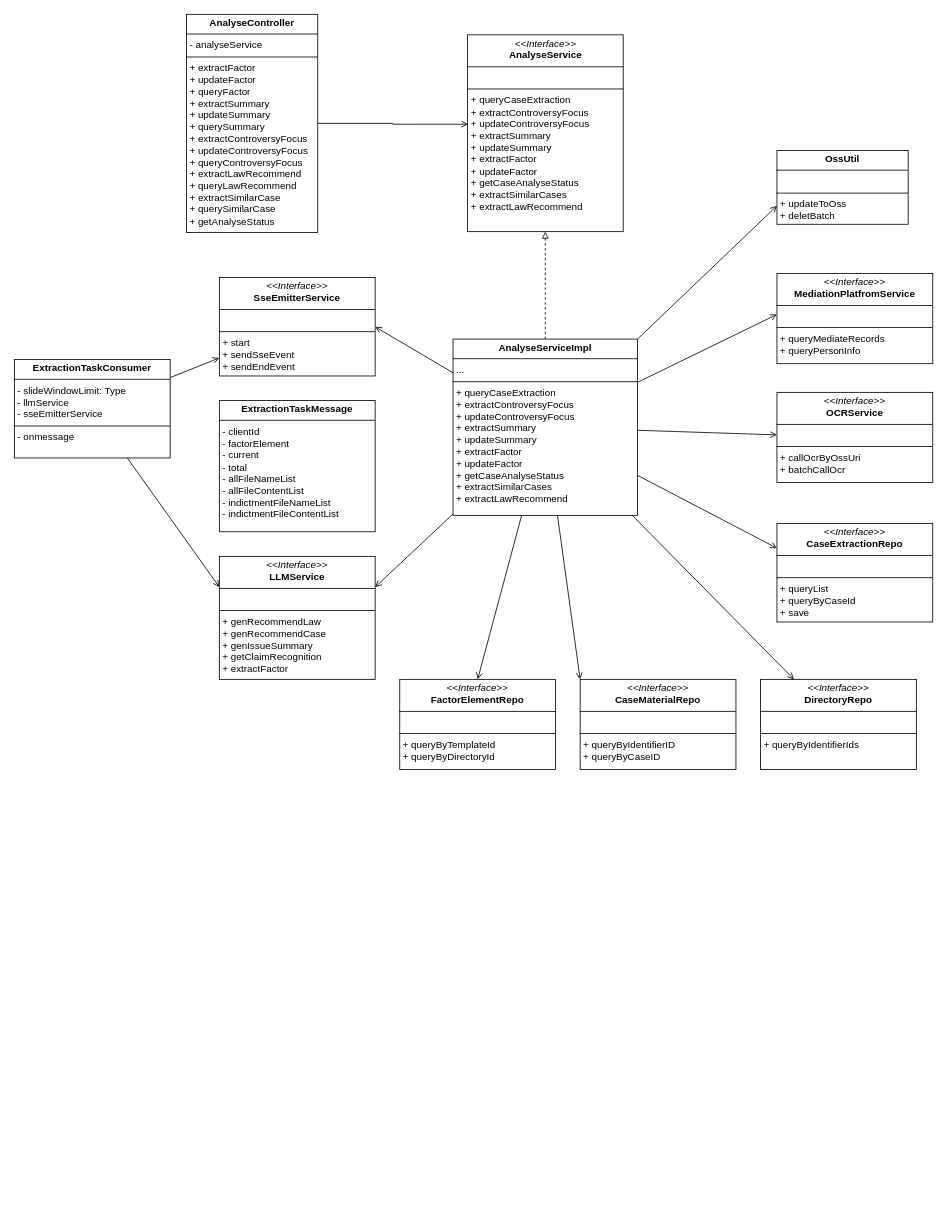
Earlier version of the draw.io diagram 案件分析模块类图.drawio (Lainy0605/graduate). Source tidied: cells renumbered, new cells numbered last; positions are measured from the earlier drawing's top-left corner, leaving out a move shared by most shapes. Both pictures are drawn from the tidied source at 82%, with x=0, y=0 at pixel (14, 14).
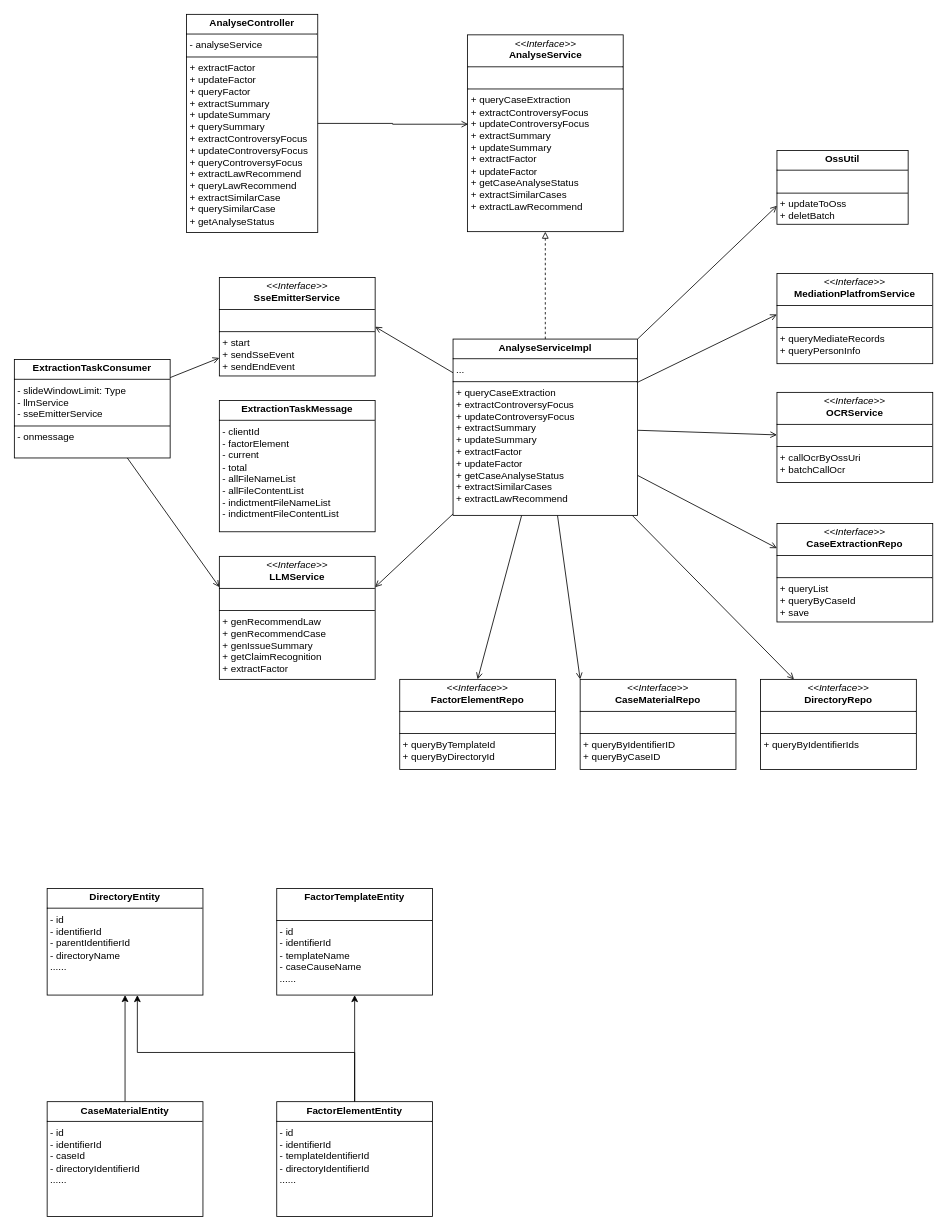
After the change.

Commit message:
更新案件分析模块类图.drawio

Change to the diagram source:
```diff
@@
+    <mxCell id="29" value="&lt;p style=&quot;margin:0px;margin-top:4px;text-align:center;&quot;&gt;&lt;b&gt;DirectoryEntity&lt;/b&gt;&lt;/p&gt;&lt;hr size=&quot;1&quot; style=&quot;border-style:solid;&quot;&gt;&lt;p style=&quot;margin:0px;margin-left:4px;&quot;&gt;- id&lt;/p&gt;&lt;p style=&quot;margin:0px;margin-left:4px;&quot;&gt;- identifierId&lt;/p&gt;&lt;p style=&quot;margin:0px;margin-left:4px;&quot;&gt;- parentIdentifierId&lt;/p&gt;&lt;p style=&quot;margin:0px;margin-left:4px;&quot;&gt;- directoryName&lt;/p&gt;&lt;p style=&quot;margin:0px;margin-left:4px;&quot;&gt;......&lt;/p&gt;&lt;p style=&quot;margin:0px;margin-left:4px;&quot;&gt;&lt;br&gt;&lt;/p&gt;" style="verticalAlign=top;align=left;overflow=fill;html=1;whiteSpace=wrap;" parent="1" vertex="1">
+      <mxGeometry x="40" y="1066" width="190" height="130" as="geometry" />
+    </mxCell>
+    <mxCell id="30" style="edgeStyle=orthogonalEdgeStyle;rounded=0;jettySize=auto;html=1;" parent="1" edge="1" source="31" target="32">
+      <mxGeometry relative="1" as="geometry" />
+    </mxCell>
+    <mxCell id="31" value="&lt;p style=&quot;margin:0px;margin-top:4px;text-align:center;&quot;&gt;&lt;b&gt;FactorElementEntity&lt;/b&gt;&lt;/p&gt;&lt;hr size=&quot;1&quot; style=&quot;border-style:solid;&quot;&gt;&lt;p style=&quot;margin:0px;margin-left:4px;&quot;&gt;- id&lt;/p&gt;&lt;p style=&quot;margin:0px;margin-left:4px;&quot;&gt;- identifierId&lt;/p&gt;&lt;p style=&quot;margin:0px;margin-left:4px;&quot;&gt;- templateIdentifierId&lt;/p&gt;&lt;p style=&quot;margin:0px;margin-left:4px;&quot;&gt;- directoryIdentifierId&lt;/p&gt;&lt;p style=&quot;margin:0px;margin-left:4px;&quot;&gt;......&lt;/p&gt;" style="verticalAlign=top;align=left;overflow=fill;html=1;whiteSpace=wrap;" parent="1" vertex="1">
+      <mxGeometry x="320" y="1326" width="190" height="140" as="geometry" />
+    </mxCell>
+    <mxCell id="32" value="&lt;p style=&quot;margin:0px;margin-top:4px;text-align:center;&quot;&gt;&lt;b&gt;FactorTemplateEntity&lt;/b&gt;&lt;/p&gt;&lt;br&gt;&lt;hr size=&quot;1&quot; style=&quot;border-style:solid;&quot;&gt;&lt;p style=&quot;margin:0px;margin-left:4px;&quot;&gt;- id&amp;nbsp;&lt;/p&gt;&lt;p style=&quot;margin: 0px 0px 0px 4px;&quot;&gt;- identifierId&lt;/p&gt;&lt;p style=&quot;margin:0px;margin-left:4px;&quot;&gt;- templateName&lt;/p&gt;&lt;p style=&quot;margin:0px;margin-left:4px;&quot;&gt;- caseCauseName&lt;br&gt;......&lt;/p&gt;" style="verticalAlign=top;align=left;overflow=fill;html=1;whiteSpace=wrap;" parent="1" vertex="1">
+      <mxGeometry x="320" y="1066" width="190" height="130" as="geometry" />
+    </mxCell>
+    <mxCell id="33" style="edgeStyle=orthogonalEdgeStyle;rounded=0;jettySize=auto;html=1;entryX=0.5;entryY=1;entryDx=0;entryDy=0;" parent="1" edge="1" source="34" target="29">
+      <mxGeometry relative="1" as="geometry" />
+    </mxCell>
+    <mxCell id="34" value="&lt;p style=&quot;margin:0px;margin-top:4px;text-align:center;&quot;&gt;&lt;b&gt;CaseMaterialEntity&lt;/b&gt;&lt;/p&gt;&lt;hr size=&quot;1&quot; style=&quot;border-style:solid;&quot;&gt;&lt;p style=&quot;margin:0px;margin-left:4px;&quot;&gt;- id&lt;/p&gt;&lt;p style=&quot;margin:0px;margin-left:4px;&quot;&gt;- identifierId&lt;/p&gt;&lt;p style=&quot;margin:0px;margin-left:4px;&quot;&gt;- caseId&lt;/p&gt;&lt;p style=&quot;margin:0px;margin-left:4px;&quot;&gt;- directoryIdentifierId&lt;/p&gt;&lt;p style=&quot;margin:0px;margin-left:4px;&quot;&gt;......&lt;/p&gt;" style="verticalAlign=top;align=left;overflow=fill;html=1;whiteSpace=wrap;" parent="1" vertex="1">
+      <mxGeometry x="40" y="1326" width="190" height="140" as="geometry" />
+    </mxCell>
+    <mxCell id="35" style="edgeStyle=orthogonalEdgeStyle;rounded=0;jettySize=auto;html=1;entryX=0.579;entryY=1;entryDx=0;entryDy=0;entryPerimeter=0;" parent="1" edge="1" source="31" target="29">
+      <mxGeometry relative="1" as="geometry">
+        <Array as="points">
+          <mxPoint x="415" y="1266" />
+          <mxPoint x="150" y="1266" />
+        </Array>
+      </mxGeometry>
+    </mxCell>
```
